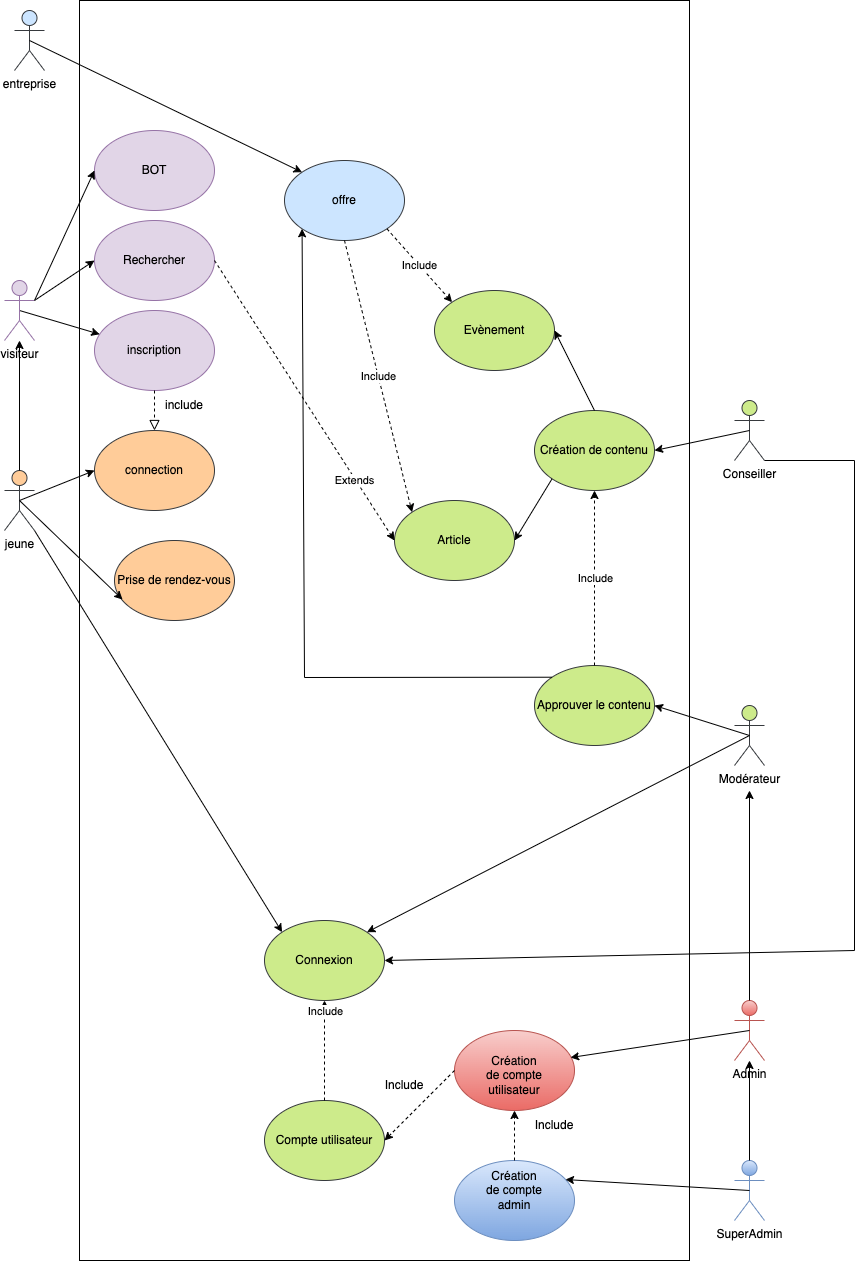
Before: diagrams/use-case/use_case.drawio.png, a diagram exported from draw.io (delannoykurt/mission-locale). Source tidied: cells renumbered, new cells last; positions are measured from the earlier drawing's top-left corner, leaving out a move shared by most shapes.
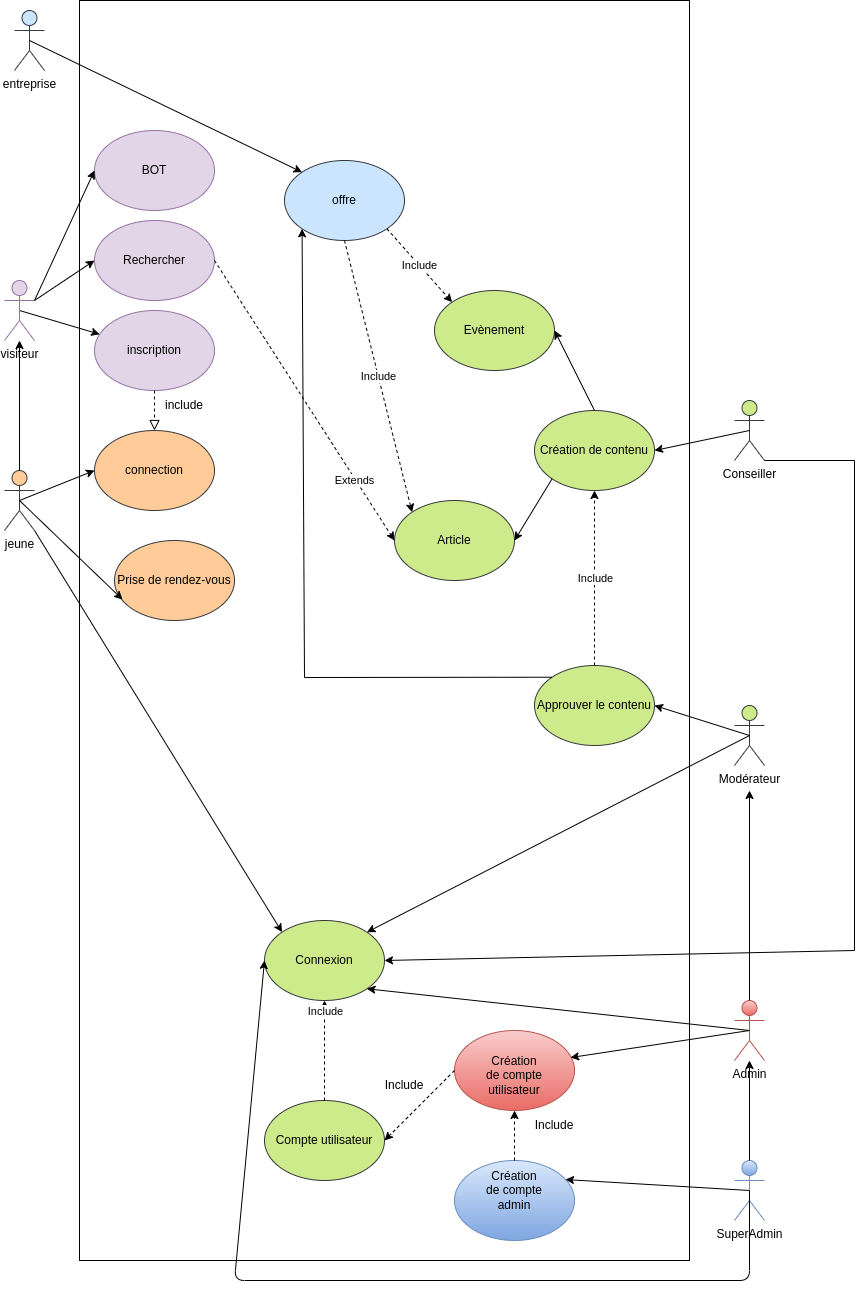
After the commit.

Commit message:
docs(common): modification background diagram use_case

Change to the diagram source:
```diff
@@ -1,4 +1,4 @@
-<mxGraphModel>
+<mxGraphModel background="#ffffff">
   <root>
     <mxCell id="0" />
     <mxCell id="1" parent="0" />
@@ -196,5 +196,16 @@
     <mxCell id="60" value="Include" style="text;html=1;strokeColor=none;fillColor=none;align=center;verticalAlign=middle;whiteSpace=wrap;rounded=0;" parent="1" vertex="1">
       <mxGeometry x="370" y="1070" width="60" height="30" as="geometry" />
     </mxCell>
+    <mxCell id="61" style="endArrow=classic;html=1;exitX=0.5;exitY=0.5;exitDx=0;exitDy=0;exitPerimeter=0;entryX=1;entryY=1;entryDx=0;entryDy=0;" parent="1" edge="1" source="48" target="28">
+      <mxGeometry relative="1" as="geometry" />
+    </mxCell>
+    <mxCell id="62" style="endArrow=classic;html=1;exitX=0.5;exitY=0.5;exitDx=0;exitDy=0;exitPerimeter=0;entryX=0;entryY=0.5;entryDx=0;entryDy=0;" parent="1" edge="1" source="47" target="28">
+      <mxGeometry relative="1" as="geometry">
+        <Array as="points">
+          <mxPoint x="745" y="1280" />
+          <mxPoint x="230" y="1280" />
+        </Array>
+      </mxGeometry>
+    </mxCell>
   </root>
 </mxGraphModel>
```
